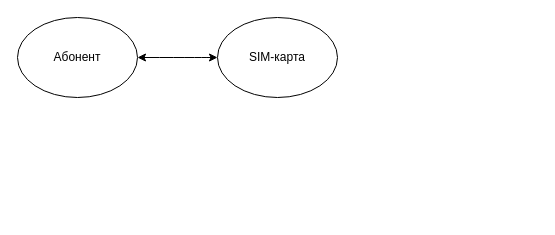
This is page "task-3" (3 of 6) of coursework/graphics/drawio/shop-assistant-tasks.drawio from markov-avl/DatabaseDevelopmentTechnology, a draw.io file, before an edit. Source tidied: cells renumbered, new cells numbered last; positions are measured from the earlier drawing's top-left corner, leaving out a move shared by most shapes. Both pictures are drawn from the tidied source at 100%, with x=0, y=0 at pixel (17, 17).
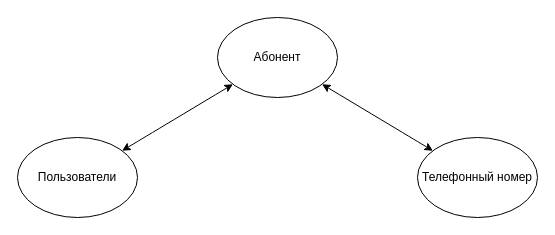
The same diagram, later.

What changed in the source:
```diff
@@
 <mxGraphModel>
   <root>
     <mxCell id="0" />
     <mxCell id="1" parent="0" />
     <mxCell id="2" value="Абонент" style="ellipse;whiteSpace=wrap;html=1;" parent="1" vertex="1">
-      <mxGeometry width="120" height="80" as="geometry" />
+      <mxGeometry x="200" width="120" height="80" as="geometry" />
     </mxCell>
-    <mxCell id="3" value="SIM-карта" style="ellipse;whiteSpace=wrap;html=1;" parent="1" vertex="1">
-      <mxGeometry x="200" width="120" height="80" as="geometry" />
+    <mxCell id="3" value="Телефонный номер" style="ellipse;whiteSpace=wrap;html=1;" parent="1" vertex="1">
+      <mxGeometry x="400" y="120" width="120" height="80" as="geometry" />
     </mxCell>
     <mxCell id="4" style="endArrow=classic;startArrow=classic;html=1;rounded=0;curved=1;startFill=1;" parent="1" edge="1" source="3" target="2">
       <mxGeometry relative="1" as="geometry" />
     </mxCell>
+    <mxCell id="5" value="Пользователи" style="ellipse;whiteSpace=wrap;html=1;" parent="1" vertex="1">
+      <mxGeometry y="120" width="120" height="80" as="geometry" />
+    </mxCell>
+    <mxCell id="6" style="endArrow=classic;startArrow=classic;html=1;rounded=0;curved=1;startFill=1;" parent="1" edge="1" source="5" target="2">
+      <mxGeometry relative="1" as="geometry" />
+    </mxCell>
   </root>
 </mxGraphModel>
```
